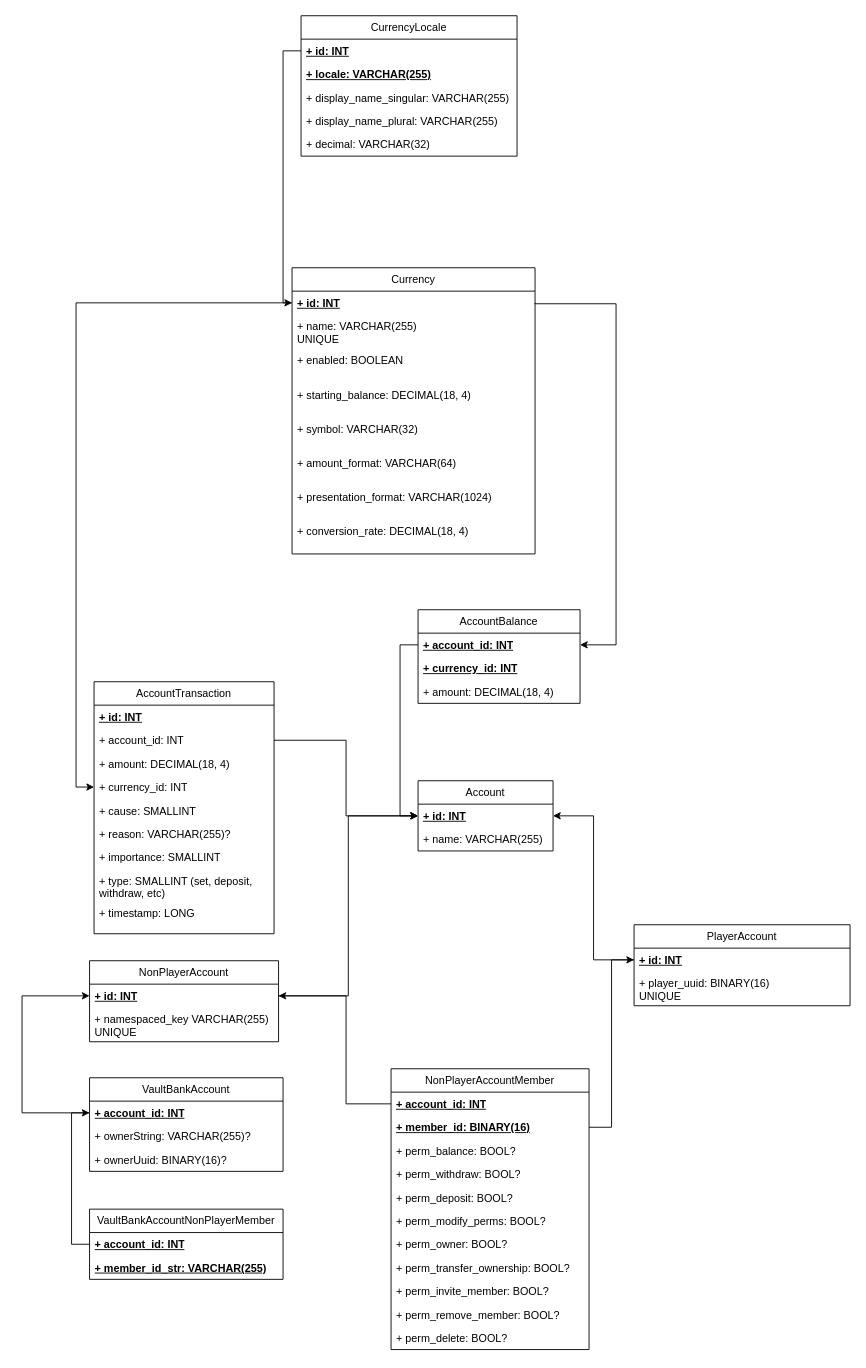
Earlier version of the draw.io diagram docs/brainstorming/sql_planner_3.drawio (ArcanePlugins/Polyconomy). Source tidied: cells renumbered, new cells numbered last; positions are measured from the earlier drawing's top-left corner, leaving out a move shared by most shapes. Both pictures are drawn from the tidied source at 90%, with x=0, y=0 at pixel (22, 15).
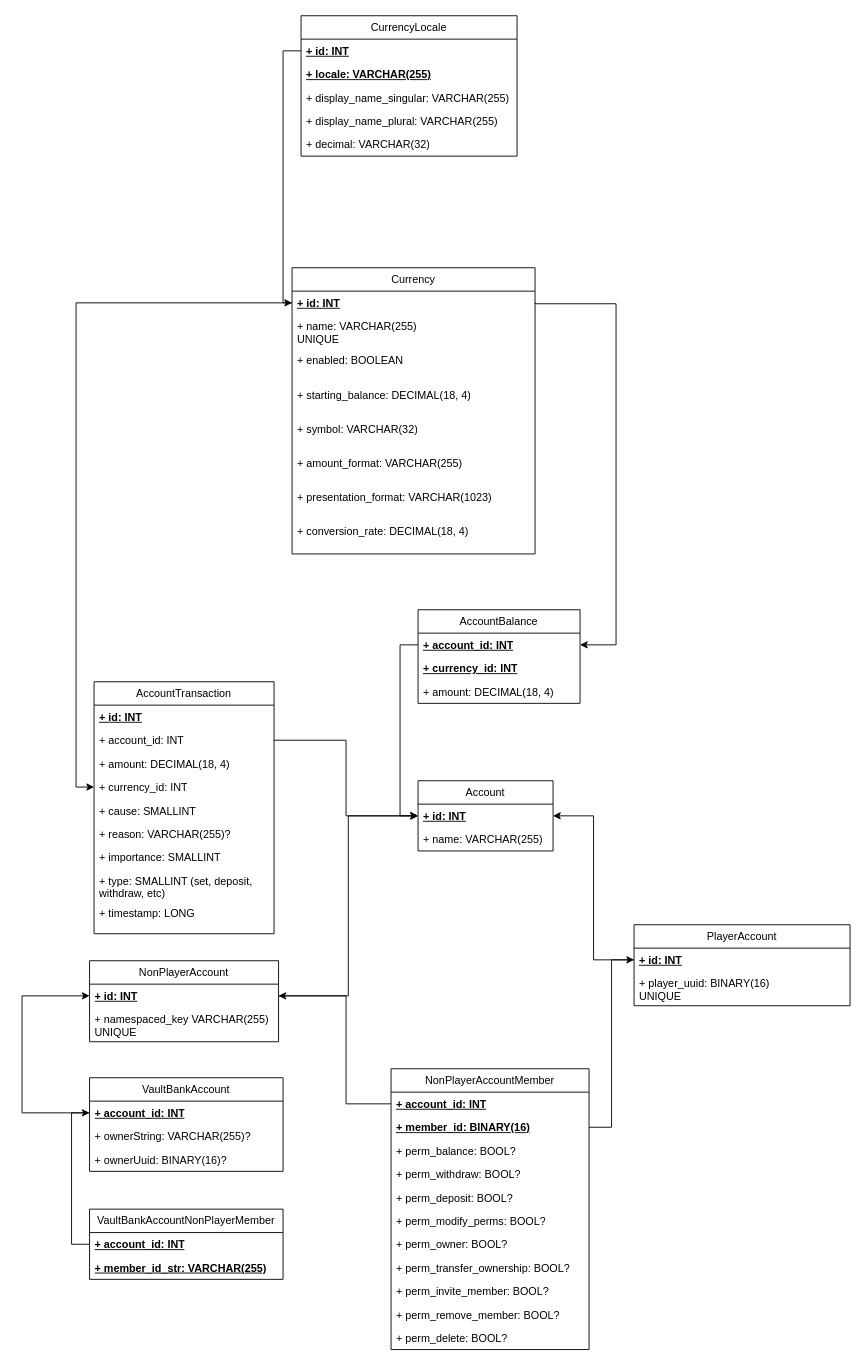
Above is the later version.

Commit message:
SQL Planner: update diagram

The change refers to these unchanged cells:
```xml
<mxCell id="22" value="Currency" style="swimlane;fontStyle=0;horizontal=1;startSize=26;fillColor=none;whiteSpace=wrap;html=1;" parent="1" vertex="1">
  <mxGeometry x="300" y="280" width="270" height="318" as="geometry" />
</mxCell>
```

Diff of the diagram source:
```diff
@@
-    <mxCell id="28" value="+ amount_format: VARCHAR(64)" style="text;strokeColor=none;fillColor=none;align=left;verticalAlign=top;spacingLeft=4;spacingRight=4;overflow=hidden;whiteSpace=wrap;html=1;" parent="22" vertex="1">
+    <mxCell id="28" value="+ amount_format: VARCHAR(255)" style="text;strokeColor=none;fillColor=none;align=left;verticalAlign=top;spacingLeft=4;spacingRight=4;overflow=hidden;whiteSpace=wrap;html=1;" parent="22" vertex="1">
       <mxGeometry y="204" width="270" height="38" as="geometry" />
     </mxCell>
-    <mxCell id="29" value="+ presentation_format: VARCHAR(1024)" style="text;strokeColor=none;fillColor=none;align=left;verticalAlign=top;spacingLeft=4;spacingRight=4;overflow=hidden;whiteSpace=wrap;html=1;" parent="22" vertex="1">
+    <mxCell id="29" value="+ presentation_format: VARCHAR(1023)" style="text;strokeColor=none;fillColor=none;align=left;verticalAlign=top;spacingLeft=4;spacingRight=4;overflow=hidden;whiteSpace=wrap;html=1;" parent="22" vertex="1">
       <mxGeometry y="242" width="270" height="38" as="geometry" />
     </mxCell>
```
